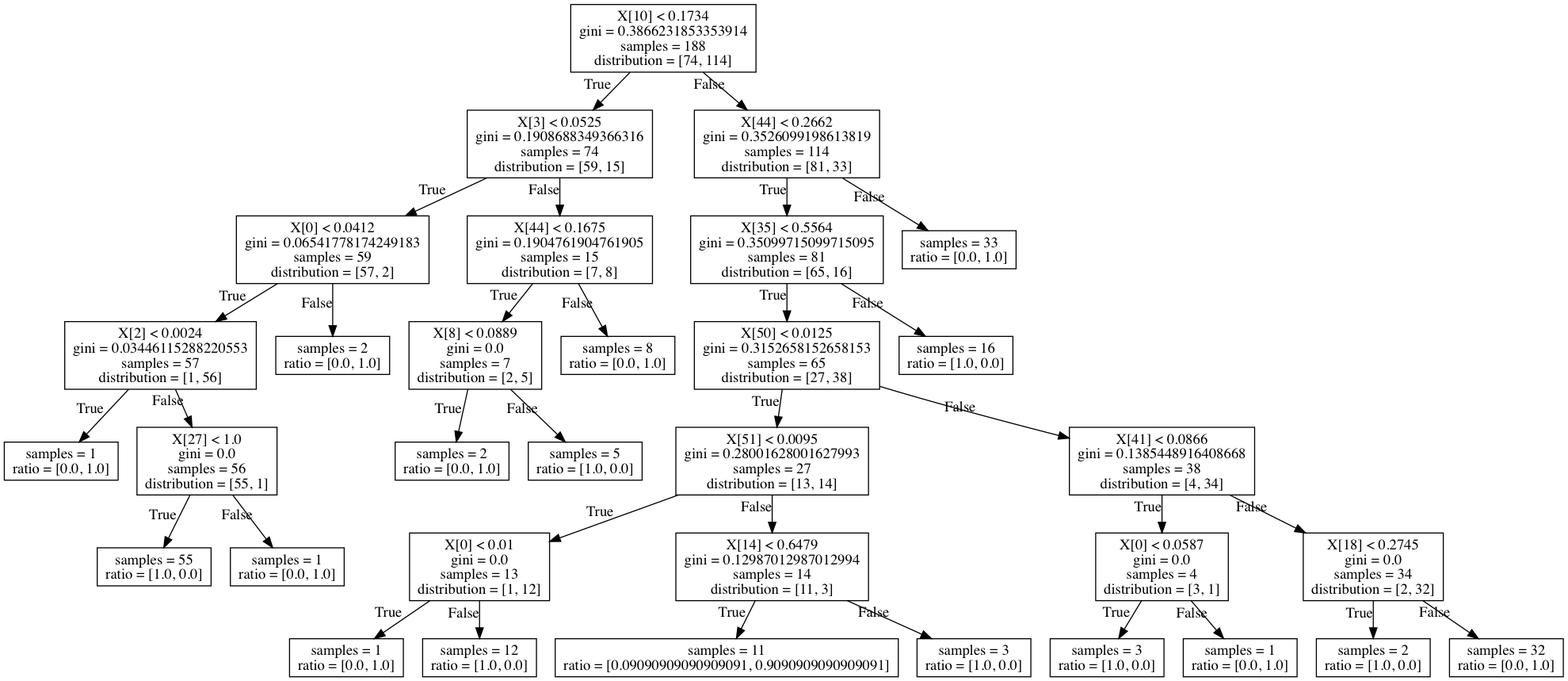
This is xiax_exps/vis/tree.png from xingfanxia/comps_ediscovery, a Graphviz export, as it was before one commit. Its source is kept beside it as xiax_exps/vis/tree.dot.
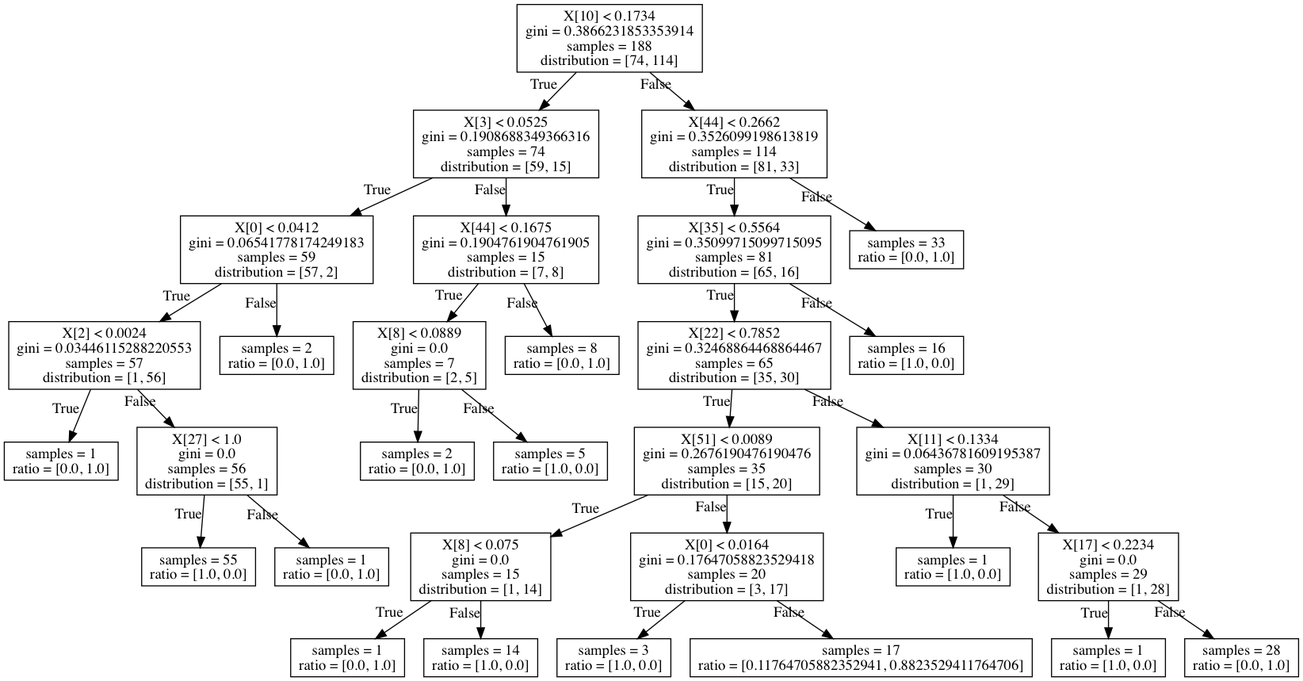
Above is the later version.

Change to the diagram source:
```diff
@@ -1,133 +1,125 @@
 digraph Tree {
 node [shape=box];
-6024831014 [label="X[10] < 0.1734
+6881699248 [label="X[10] < 0.1734
 gini = 0.3866231853353914
 samples = 188
 distribution = [74, 114]"];
-2982352972 [label="X[3] < 0.0525
+8770638208 [label="X[3] < 0.0525
 gini = 0.1908688349366316
 samples = 74
 distribution = [59, 15]"];
-6024831014 -> 2982352972 [labeldistance=8, labelangle=30, xlabel="True"]
-4216920791 [label="X[44] < 0.2662
+6881699248 -> 8770638208 [labeldistance=8, labelangle=30, xlabel="True"]
+4700123707 [label="X[44] < 0.2662
 gini = 0.3526099198613819
 samples = 114
 distribution = [81, 33]"];
-6024831014 -> 4216920791 [labeldistance=8, labelangle=-30, xlabel="False"]
-9869161638 [label="X[0] < 0.0412
+6881699248 -> 4700123707 [labeldistance=8, labelangle=-30, xlabel="False"]
+4654647968 [label="X[0] < 0.0412
 gini = 0.06541778174249183
 samples = 59
 distribution = [57, 2]"];
-2982352972 -> 9869161638 [labeldistance=8, labelangle=30, xlabel="True"]
-4500897446 [label="X[44] < 0.1675
+8770638208 -> 4654647968 [labeldistance=8, labelangle=30, xlabel="True"]
+6553537657 [label="X[44] < 0.1675
 gini = 0.1904761904761905
 samples = 15
 distribution = [7, 8]"];
-2982352972 -> 4500897446 [labeldistance=8, labelangle=-30, xlabel="False"]
-5345824640 [label="X[35] < 0.5564
+8770638208 -> 6553537657 [labeldistance=8, labelangle=-30, xlabel="False"]
+3464114809 [label="X[35] < 0.5564
 gini = 0.35099715099715095
 samples = 81
 distribution = [65, 16]"];
-4216920791 -> 5345824640 [labeldistance=8, labelangle=30, xlabel="True"]
-7232568316 [label="samples = 33
+4700123707 -> 3464114809 [labeldistance=8, labelangle=30, xlabel="True"]
+3210245292 [label="samples = 33
 ratio = [0.0, 1.0]"];
-4216920791 -> 7232568316 [labeldistance=8, labelangle=-30, xlabel="False"]
-2547858957 [label="X[2] < 0.0024
+4700123707 -> 3210245292 [labeldistance=8, labelangle=-30, xlabel="False"]
+5811362099 [label="X[2] < 0.0024
 gini = 0.03446115288220553
 samples = 57
 distribution = [1, 56]"];
-9869161638 -> 2547858957 [labeldistance=8, labelangle=30, xlabel="True"]
-7948422874 [label="samples = 2
+4654647968 -> 5811362099 [labeldistance=8, labelangle=30, xlabel="True"]
+3798319862 [label="samples = 2
 ratio = [0.0, 1.0]"];
-9869161638 -> 7948422874 [labeldistance=8, labelangle=-30, xlabel="False"]
-6433874808 [label="X[8] < 0.0889
+4654647968 -> 3798319862 [labeldistance=8, labelangle=-30, xlabel="False"]
+4619136900 [label="X[8] < 0.0889
 gini = 0.0
 samples = 7
 distribution = [2, 5]"];
-4500897446 -> 6433874808 [labeldistance=8, labelangle=30, xlabel="True"]
-7833314242 [label="samples = 8
+6553537657 -> 4619136900 [labeldistance=8, labelangle=30, xlabel="True"]
+9259891255 [label="samples = 8
 ratio = [0.0, 1.0]"];
-4500897446 -> 7833314242 [labeldistance=8, labelangle=-30, xlabel="False"]
-6901030300 [label="X[50] < 0.0125
-gini = 0.3152658152658153
+6553537657 -> 9259891255 [labeldistance=8, labelangle=-30, xlabel="False"]
+8875672165 [label="X[22] < 0.7852
+gini = 0.32468864468864467
 samples = 65
-distribution = [27, 38]"];
-5345824640 -> 6901030300 [labeldistance=8, labelangle=30, xlabel="True"]
-1111524703 [label="samples = 16
+distribution = [35, 30]"];
+3464114809 -> 8875672165 [labeldistance=8, labelangle=30, xlabel="True"]
+4765689049 [label="samples = 16
 ratio = [1.0, 0.0]"];
-5345824640 -> 1111524703 [labeldistance=8, labelangle=-30, xlabel="False"]
-2022203636 [label="samples = 1
+3464114809 -> 4765689049 [labeldistance=8, labelangle=-30, xlabel="False"]
+3591412296 [label="samples = 1
 ratio = [0.0, 1.0]"];
-2547858957 -> 2022203636 [labeldistance=8, labelangle=30, xlabel="True"]
-1439913420 [label="X[27] < 1.0
+5811362099 -> 3591412296 [labeldistance=8, labelangle=30, xlabel="True"]
+3217516306 [label="X[27] < 1.0
 gini = 0.0
 samples = 56
 distribution = [55, 1]"];
-2547858957 -> 1439913420 [labeldistance=8, labelangle=-30, xlabel="False"]
-6514042575 [label="samples = 2
+5811362099 -> 3217516306 [labeldistance=8, labelangle=-30, xlabel="False"]
+1531040438 [label="samples = 2
 ratio = [0.0, 1.0]"];
-6433874808 -> 6514042575 [labeldistance=8, labelangle=30, xlabel="True"]
-9625326158 [label="samples = 5
+4619136900 -> 1531040438 [labeldistance=8, labelangle=30, xlabel="True"]
+3333172916 [label="samples = 5
 ratio = [1.0, 0.0]"];
-6433874808 -> 9625326158 [labeldistance=8, labelangle=-30, xlabel="False"]
-8176074814 [label="X[51] < 0.0095
-gini = 0.28001628001627993
-samples = 27
-distribution = [13, 14]"];
-6901030300 -> 8176074814 [labeldistance=8, labelangle=30, xlabel="True"]
-2025222459 [label="X[41] < 0.0866
-gini = 0.1385448916408668
-samples = 38
-distribution = [4, 34]"];
-6901030300 -> 2025222459 [labeldistance=8, labelangle=-30, xlabel="False"]
-8165799874 [label="samples = 55
+4619136900 -> 3333172916 [labeldistance=8, labelangle=-30, xlabel="False"]
+9723131072 [label="X[51] < 0.0089
+gini = 0.2676190476190476
+samples = 35
+distribution = [15, 20]"];
+8875672165 -> 9723131072 [labeldistance=8, labelangle=30, xlabel="True"]
+8317268160 [label="X[11] < 0.1334
+gini = 0.06436781609195387
+samples = 30
+distribution = [1, 29]"];
+8875672165 -> 8317268160 [labeldistance=8, labelangle=-30, xlabel="False"]
+4943781019 [label="samples = 55
 ratio = [1.0, 0.0]"];
-1439913420 -> 8165799874 [labeldistance=8, labelangle=30, xlabel="True"]
-4952626714 [label="samples = 1
+3217516306 -> 4943781019 [labeldistance=8, labelangle=30, xlabel="True"]
+5402012155 [label="samples = 1
 ratio = [0.0, 1.0]"];
-1439913420 -> 4952626714 [labeldistance=8, labelangle=-30, xlabel="False"]
-6034244464 [label="X[0] < 0.01
+3217516306 -> 5402012155 [labeldistance=8, labelangle=-30, xlabel="False"]
+4685738186 [label="X[8] < 0.075
 gini = 0.0
-samples = 13
-distribution = [1, 12]"];
-8176074814 -> 6034244464 [labeldistance=8, labelangle=30, xlabel="True"]
-3673907292 [label="X[14] < 0.6479
-gini = 0.12987012987012994
-samples = 14
-distribution = [11, 3]"];
-8176074814 -> 3673907292 [labeldistance=8, labelangle=-30, xlabel="False"]
-2104729093 [label="X[0] < 0.0587
+samples = 15
+distribution = [1, 14]"];
+9723131072 -> 4685738186 [labeldistance=8, labelangle=30, xlabel="True"]
+3411693676 [label="X[0] < 0.0164
+gini = 0.17647058823529418
+samples = 20
+distribution = [3, 17]"];
+9723131072 -> 3411693676 [labeldistance=8, labelangle=-30, xlabel="False"]
+5437530967 [label="samples = 1
+ratio = [1.0, 0.0]"];
+8317268160 -> 5437530967 [labeldistance=8, labelangle=30, xlabel="True"]
+6088124373 [label="X[17] < 0.2234
 gini = 0.0
-samples = 4
-distribution = [3, 1]"];
-2025222459 -> 2104729093 [labeldistance=8, labelangle=30, xlabel="True"]
-9624936210 [label="X[18] < 0.2745
-gini = 0.0
-samples = 34
-distribution = [2, 32]"];
-2025222459 -> 9624936210 [labeldistance=8, labelangle=-30, xlabel="False"]
-7425028897 [label="samples = 1
+samples = 29
+distribution = [1, 28]"];
+8317268160 -> 6088124373 [labeldistance=8, labelangle=-30, xlabel="False"]
+7161837865 [label="samples = 1
 ratio = [0.0, 1.0]"];
-6034244464 -> 7425028897 [labeldistance=8, labelangle=30, xlabel="True"]
-2382316865 [label="samples = 12
+4685738186 -> 7161837865 [labeldistance=8, labelangle=30, xlabel="True"]
+3859481935 [label="samples = 14
 ratio = [1.0, 0.0]"];
-6034244464 -> 2382316865 [labeldistance=8, labelangle=-30, xlabel="False"]
-6810712367 [label="samples = 11
-ratio = [0.09090909090909091, 0.9090909090909091]"];
-3673907292 -> 6810712367 [labeldistance=8, labelangle=30, xlabel="True"]
-7814714370 [label="samples = 3
+4685738186 -> 3859481935 [labeldistance=8, labelangle=-30, xlabel="False"]
+6091771327 [label="samples = 3
 ratio = [1.0, 0.0]"];
-3673907292 -> 7814714370 [labeldistance=8, labelangle=-30, xlabel="False"]
-4151781008 [label="samples = 3
+3411693676 -> 6091771327 [labeldistance=8, labelangle=30, xlabel="True"]
+2451887680 [label="samples = 17
+ratio = [0.11764705882352941, 0.8823529411764706]"];
+3411693676 -> 2451887680 [labeldistance=8, labelangle=-30, xlabel="False"]
+9376384328 [label="samples = 1
 ratio = [1.0, 0.0]"];
-2104729093 -> 4151781008 [labeldistance=8, labelangle=30, xlabel="True"]
-7487935945 [label="samples = 1
+6088124373 -> 9376384328 [labeldistance=8, labelangle=30, xlabel="True"]
+2595094352 [label="samples = 28
 ratio = [0.0, 1.0]"];
-2104729093 -> 7487935945 [labeldistance=8, labelangle=-30, xlabel="False"]
-9875473854 [label="samples = 2
-ratio = [1.0, 0.0]"];
-9624936210 -> 9875473854 [labeldistance=8, labelangle=30, xlabel="True"]
-7876318398 [label="samples = 32
-ratio = [0.0, 1.0]"];
-9624936210 -> 7876318398 [labeldistance=8, labelangle=-30, xlabel="False"]
+6088124373 -> 2595094352 [labeldistance=8, labelangle=-30, xlabel="False"]
 }
```
